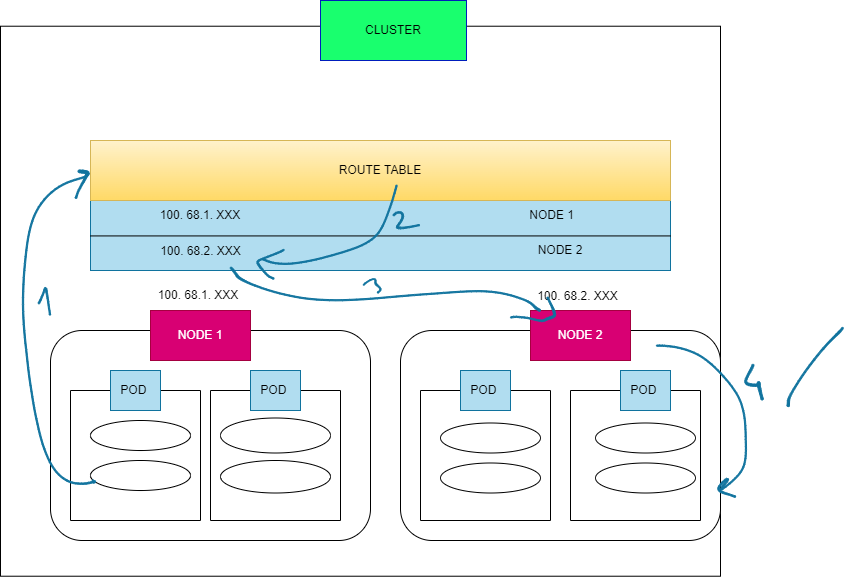
This is Page_images/P2p _different_node.png from dikshita-git/RP_Study-on-Ingress-and-its-security-IPv4-IPv6-, a draw.io export, as it was before one commit. Source tidied: cells renumbered, new cells last; positions are measured from the earlier drawing's top-left corner, leaving out a move shared by most shapes.
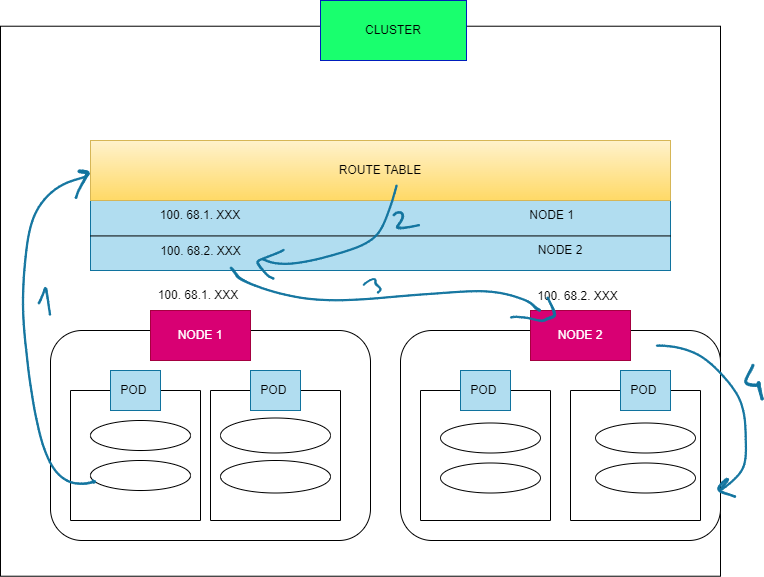
The same diagram one commit later.

The edit, as a diff of the source:
```diff
@@ -137,8 +137,5 @@
     <mxCell id="44" style="shape=(stored shape, 1192 characters);lineShape=1;rounded=1;fontFamily=Helvetica;fontSize=12;fontColor=default;strokeColor=#10739e;fillColor=#b1ddf0;html=1;" parent="1" vertex="1">
       <mxGeometry x="744.3" y="363.8" width="18.5" height="35.6" as="geometry" />
     </mxCell>
-    <mxCell id="45" style="shape=(stored shape, 1020 characters);lineShape=1;rounded=1;fontFamily=Helvetica;fontSize=12;fontColor=default;strokeColor=#10739e;fillColor=#b1ddf0;html=1;" parent="1" vertex="1">
-      <mxGeometry x="786.6" y="326.8" width="56.3" height="79.3" as="geometry" />
-    </mxCell>
   </root>
 </mxGraphModel>
```
